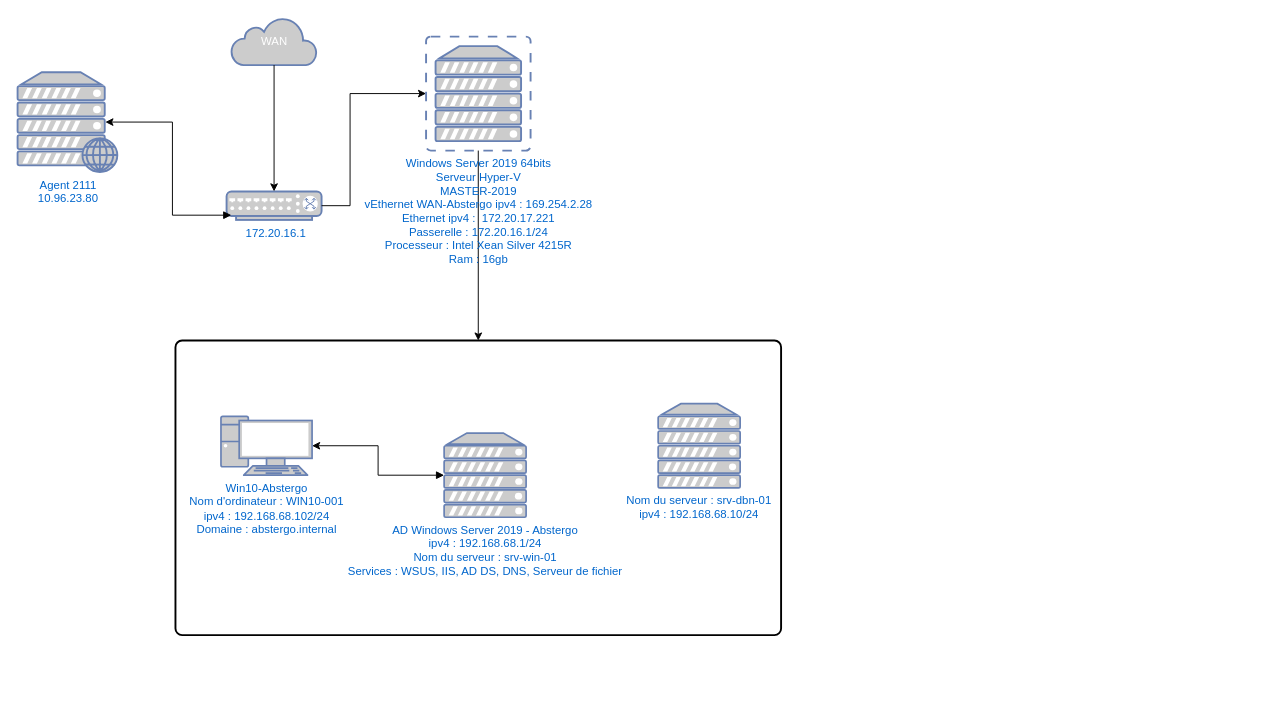
Before: CarteduReseau.drawio in CharifMah/AbstergoAnimus, a draw.io diagram. Source tidied: cells renumbered, new cells numbered last; positions are measured from the earlier drawing's top-left corner, leaving out a move shared by most shapes. Both pictures are drawn from the tidied source at 95%, with x=0, y=0 at pixel (17, 17).
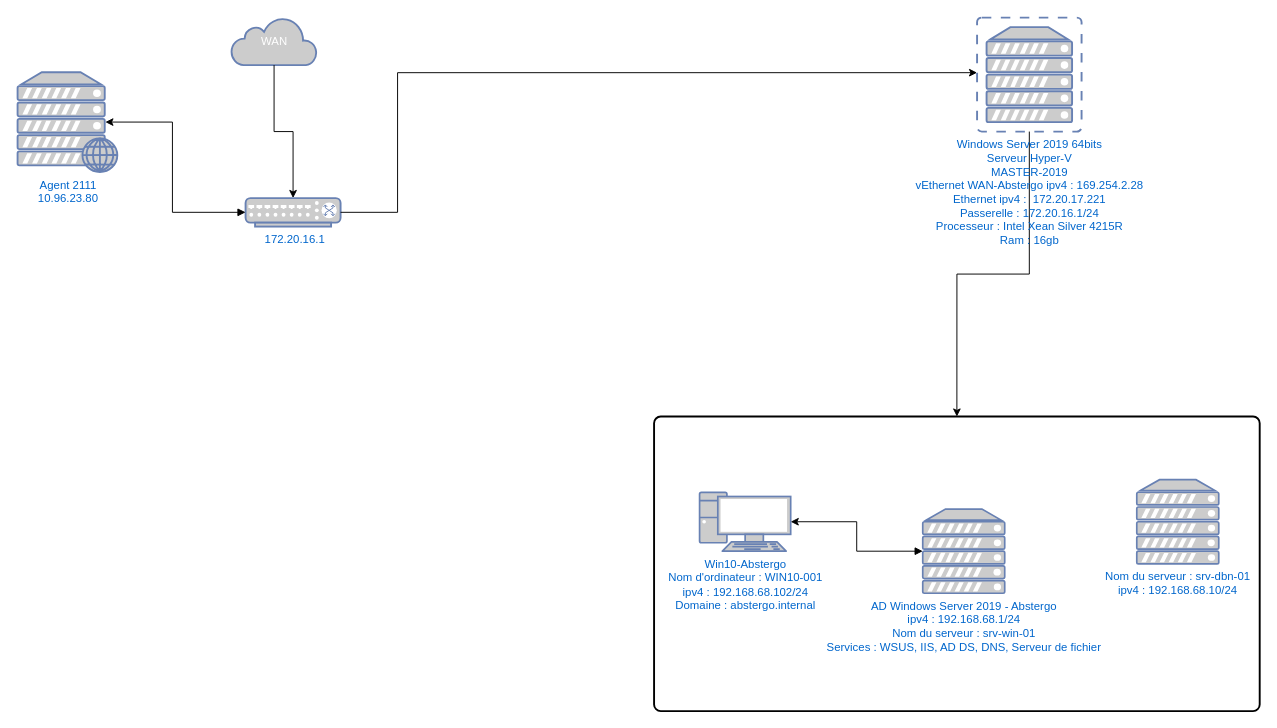
Above is the later version.

Commit message:
Mettre à jour CarteduReseau.drawio

Diff of the diagram source:
```diff
@@
 <mxGraphModel>
   <root>
     <mxCell id="0" />
     <mxCell id="1" parent="0" />
     <mxCell id="2" style="edgeStyle=orthogonalEdgeStyle;rounded=0;jettySize=auto;html=1;entryX=0.5;entryY=0;entryDx=0;entryDy=0;" parent="1" edge="1" source="3" target="9">
       <mxGeometry relative="1" as="geometry" />
     </mxCell>
     <mxCell id="3" value="Windows Server 2019 64bits&lt;br&gt;Serveur Hyper-V&lt;br&gt;MASTER-2019&lt;br&gt;vEthernet WAN-Abstergo ipv4 : 169.254.2.28&lt;br&gt;Ethernet ipv4 :&amp;nbsp; 172.20.17.221&lt;br&gt;Passerelle : 172.20.16.1/24&lt;br&gt;Processeur : Intel Xean Silver 4215R&lt;br&gt;Ram : 16gb" style="fontColor=#0066CC;verticalAlign=top;verticalLabelPosition=bottom;labelPosition=center;align=center;html=1;outlineConnect=0;fillColor=#CCCCCC;strokeColor=#6881B3;gradientColor=none;gradientDirection=north;strokeWidth=2;shape=mxgraph.networks.virtual_server;" parent="1" vertex="1">
-      <mxGeometry x="430" y="20" width="110" height="120" as="geometry" />
+      <mxGeometry x="1010" width="110" height="120" as="geometry" />
     </mxCell>
     <mxCell id="4" value="Agent 2111&lt;br&gt;10.96.23.80" style="fontColor=#0066CC;verticalAlign=top;verticalLabelPosition=bottom;labelPosition=center;align=center;html=1;outlineConnect=0;fillColor=#CCCCCC;strokeColor=#6881B3;gradientColor=none;gradientDirection=north;strokeWidth=2;shape=mxgraph.networks.web_server;" parent="1" vertex="1">
       <mxGeometry y="57.5" width="105" height="105" as="geometry" />
     </mxCell>
     <mxCell id="5" value="&amp;nbsp;172.20.16.1" style="fontColor=#0066CC;verticalAlign=top;verticalLabelPosition=bottom;labelPosition=center;align=center;html=1;outlineConnect=0;fillColor=#CCCCCC;strokeColor=#6881B3;gradientColor=none;gradientDirection=north;strokeWidth=2;shape=mxgraph.networks.switch;" parent="1" vertex="1">
-      <mxGeometry x="220" y="183" width="100" height="30" as="geometry" />
+      <mxGeometry x="240" y="190" width="100" height="30" as="geometry" />
     </mxCell>
     <mxCell id="6" value="WAN" style="html=1;outlineConnect=0;fillColor=#CCCCCC;strokeColor=#6881B3;gradientColor=none;gradientDirection=north;strokeWidth=2;shape=mxgraph.networks.cloud;fontColor=#ffffff;" parent="1" vertex="1">
       <mxGeometry x="225" width="90" height="50" as="geometry" />
     </mxCell>
     <mxCell id="7" style="edgeStyle=orthogonalEdgeStyle;rounded=0;jettySize=auto;html=1;entryX=0.5;entryY=0;entryDx=0;entryDy=0;entryPerimeter=0;" parent="1" edge="1" source="6" target="5">
       <mxGeometry relative="1" as="geometry" />
     </mxCell>
     <mxCell id="8" style="group;" parent="1" vertex="1">
-      <mxGeometry x="166.2" y="340" width="637.5" height="310" as="geometry" />
+      <mxGeometry x="670" y="420" width="637.5" height="310" as="geometry" />
     </mxCell>
     <mxCell id="9" style="rounded=1;whiteSpace=wrap;html=1;absoluteArcSize=1;arcSize=14;strokeWidth=2;" parent="8" vertex="1">
       <mxGeometry width="637.5" height="310" as="geometry" />
     </mxCell>
     <mxCell id="10" value="AD Windows Server 2019 - Abstergo&lt;br&gt;ipv4 : 192.168.68.1/24&lt;br&gt;Nom du serveur : srv-win-01&lt;br&gt;Services : WSUS, IIS, AD DS, DNS, Serveur de fichier" style="fontColor=#0066CC;verticalAlign=top;verticalLabelPosition=bottom;labelPosition=center;align=center;html=1;outlineConnect=0;fillColor=#CCCCCC;strokeColor=#6881B3;gradientColor=none;gradientDirection=north;strokeWidth=2;shape=mxgraph.networks.server;" parent="8" vertex="1">
       <mxGeometry x="282.8" y="97.4" width="86.3" height="88.6" as="geometry" />
     </mxCell>
     <mxCell id="11" value="Win10-Abstergo&lt;br&gt;Nom d'ordinateur : WIN10-001&lt;br&gt;ipv4 : 192.168.68.102/24&lt;br&gt;Domaine : abstergo.internal" style="fontColor=#0066CC;verticalAlign=top;verticalLabelPosition=bottom;labelPosition=center;align=center;html=1;outlineConnect=0;fillColor=#CCCCCC;strokeColor=#6881B3;gradientColor=none;gradientDirection=north;strokeWidth=2;shape=mxgraph.networks.pc;" parent="8" vertex="1">
       <mxGeometry x="47.9" y="79.7" width="95.9" height="62" as="geometry" />
     </mxCell>
     <mxCell id="12" value="Nom du serveur : srv-dbn-01&lt;br&gt;ipv4 : 192.168.68.10/24" style="fontColor=#0066CC;verticalAlign=top;verticalLabelPosition=bottom;labelPosition=center;align=center;html=1;fillColor=#CCCCCC;strokeColor=#6881B3;gradientColor=none;gradientDirection=north;strokeWidth=2;shape=mxgraph.networks.server;" parent="8" vertex="1">
       <mxGeometry x="508.1" y="66.4" width="86.3" height="88.6" as="geometry" />
     </mxCell>
     <mxCell id="13" style="edgeStyle=orthogonalEdgeStyle;rounded=0;jettySize=auto;html=1;entryX=1;entryY=0.5;entryDx=0;entryDy=0;entryPerimeter=0;startArrow=block;startFill=1;" parent="8" edge="1" source="10" target="11">
       <mxGeometry relative="1" as="geometry" />
     </mxCell>
-    <mxCell id="14" style="edgeStyle=orthogonalEdgeStyle;rounded=0;jettySize=auto;html=1;entryX=0;entryY=0.5;entryDx=0;entryDy=0;entryPerimeter=0;" parent="1" edge="1" source="5" target="3">
+    <mxCell id="14" style="edgeStyle=orthogonalEdgeStyle;rounded=0;jettySize=auto;html=1;exitX=1;exitY=0.5;exitDx=0;exitDy=0;exitPerimeter=0;" parent="1" edge="1" source="5" target="3">
       <mxGeometry relative="1" as="geometry">
         <Array as="points">
-          <mxPoint x="350" y="198" />
-          <mxPoint x="350" y="80" />
+          <mxPoint x="400" y="205" />
+          <mxPoint x="400" y="58" />
         </Array>
       </mxGeometry>
     </mxCell>
-    <mxCell id="15" style="edgeStyle=orthogonalEdgeStyle;rounded=0;jettySize=auto;html=1;entryX=0.88;entryY=0.5;entryDx=0;entryDy=0;entryPerimeter=0;startArrow=block;startFill=1;" parent="1" edge="1" target="4">
+    <mxCell id="15" style="edgeStyle=orthogonalEdgeStyle;rounded=0;jettySize=auto;html=1;entryX=0.88;entryY=0.5;entryDx=0;entryDy=0;entryPerimeter=0;startArrow=block;startFill=1;exitX=0;exitY=0.5;exitDx=0;exitDy=0;exitPerimeter=0;" parent="1" edge="1" source="5" target="4">
       <mxGeometry relative="1" as="geometry">
-        <mxPoint x="225" y="208" as="sourcePoint" />
         <Array as="points">
-          <mxPoint x="163" y="208" />
+          <mxPoint x="163" y="205" />
           <mxPoint x="163" y="110" />
         </Array>
       </mxGeometry>
     </mxCell>
   </root>
 </mxGraphModel>
```
